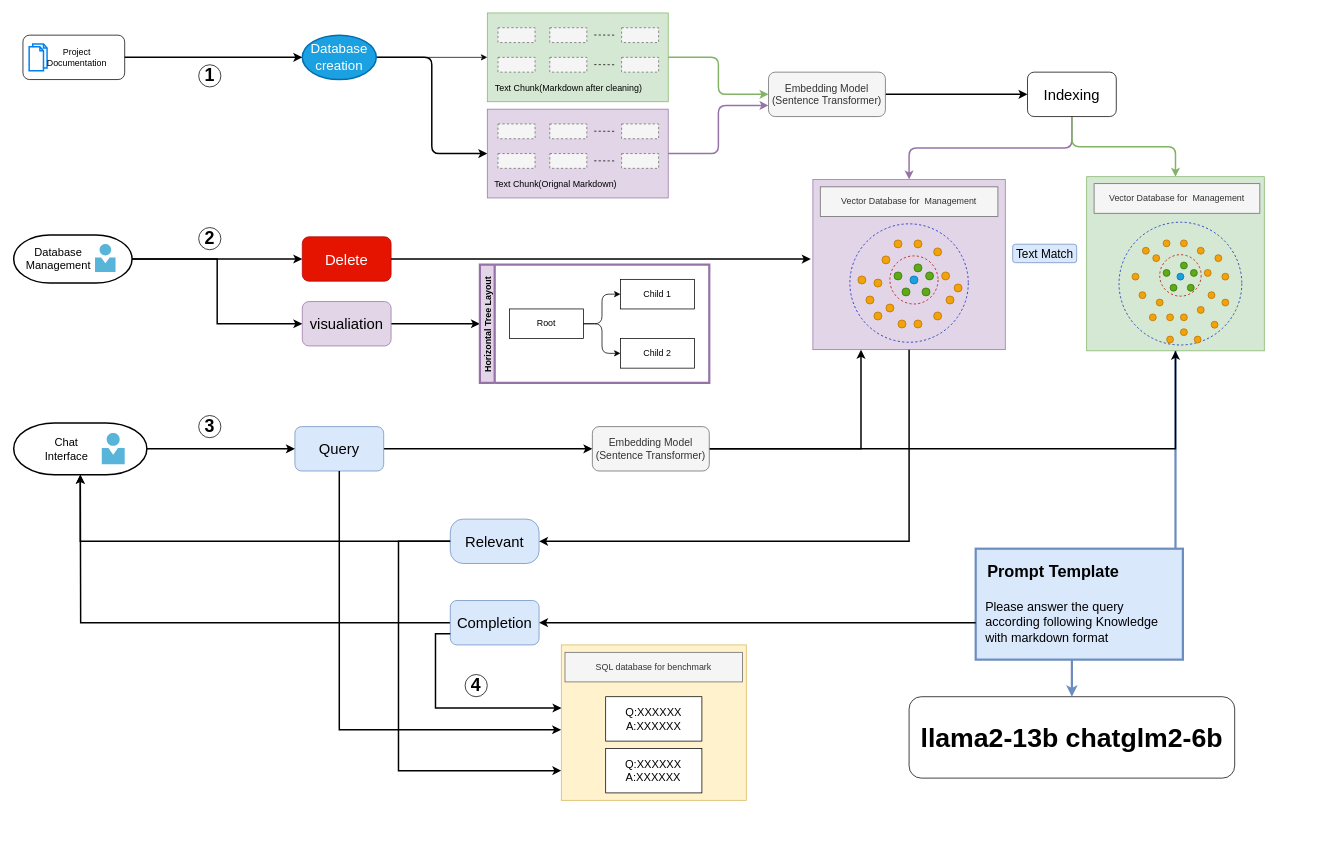
This is chatbot.drawio from PRIDE-Archive/pride-chat-ui, a draw.io file, before an edit. Source tidied: cells renumbered, new cells numbered last; positions are measured from the earlier drawing's top-left corner, leaving out a move shared by most shapes. Both pictures are drawn from the tidied source at 74%, with x=0, y=0 at pixel (13, 13).
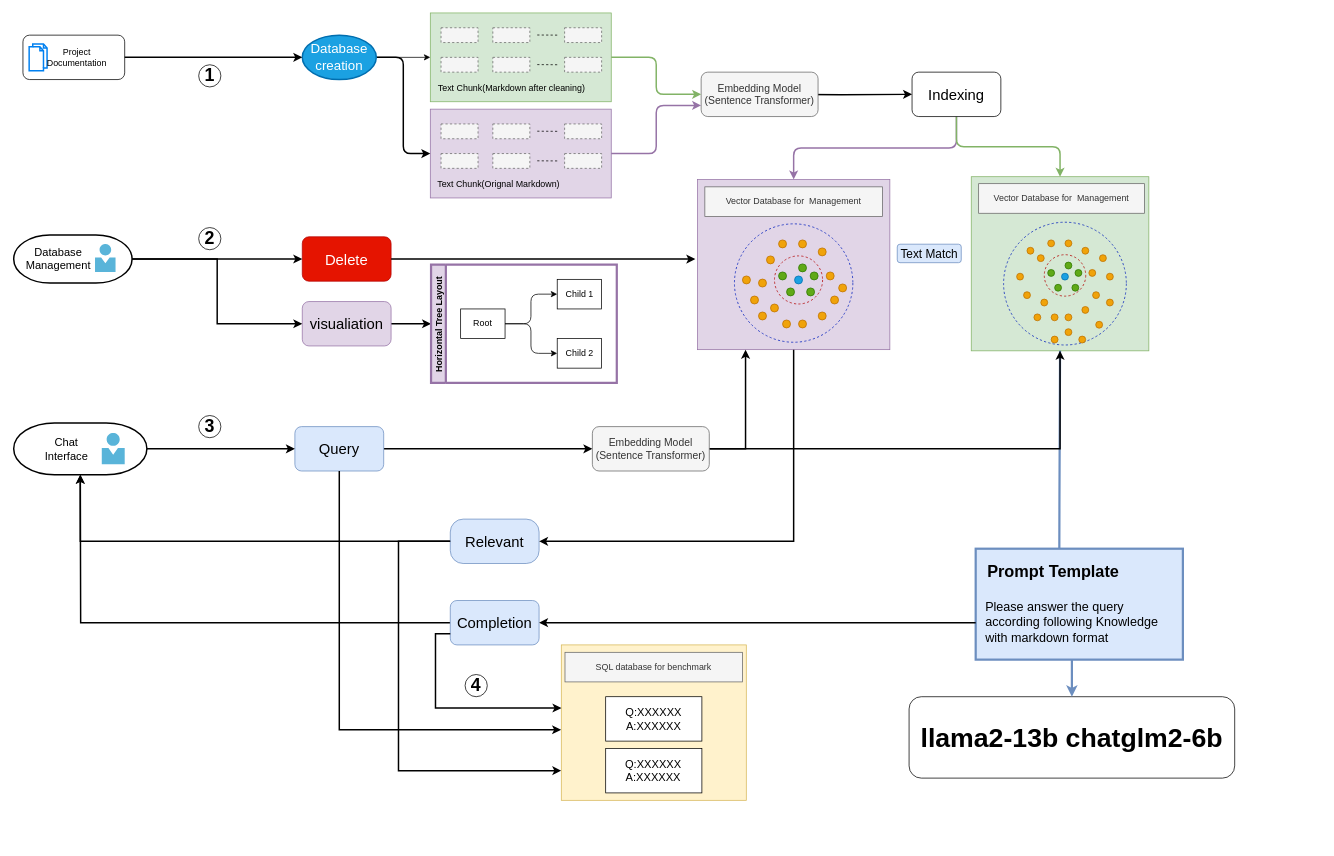
The same diagram, later.

Unchanged cells that the change refers to:
```xml
<mxCell id="29" style="group;" parent="1" vertex="1">
  <mxGeometry x="1450" y="220" width="317.3" height="260" as="geometry" />
</mxCell>
```

Diff of the diagram source:
```diff
@@
     <mxCell id="2" style="group;" parent="1" vertex="1">
-      <mxGeometry x="1070" y="210" width="310" height="260" as="geometry" />
+      <mxGeometry x="979" y="210" width="310" height="260" as="geometry" />
     </mxCell>
     <mxCell id="3" style="rounded=0;whiteSpace=wrap;html=1;fillColor=#e1d5e7;strokeColor=#9673a6;" parent="2" vertex="1">
-      <mxGeometry x="10" y="15" width="260" height="230" as="geometry" />
+      <mxGeometry x="-55" y="15" width="260" height="230" as="geometry" />
     </mxCell>
     <mxCell id="4" value="Vector Database for&amp;nbsp; Management" style="rounded=0;whiteSpace=wrap;html=1;fillColor=#f5f5f5;fontColor=#333333;strokeColor=#666666;" parent="2" vertex="1">
-      <mxGeometry x="20" y="25" width="240" height="40" as="geometry" />
+      <mxGeometry x="-45" y="25" width="240" height="40" as="geometry" />
     </mxCell>
     <mxCell id="5" style="group;" parent="2" vertex="1">
-      <mxGeometry x="60" y="75" width="160" height="160" as="geometry" />
+      <mxGeometry x="-5" y="75" width="160" height="160" as="geometry" />
     </mxCell>
@@
     <mxCell id="30" style="rounded=0;whiteSpace=wrap;html=1;fillColor=#d5e8d4;strokeColor=#82b366;" parent="29" vertex="1">
-      <mxGeometry y="1.3" width="240" height="235.3" as="geometry" />
+      <mxGeometry x="-156" y="1.3" width="240" height="235.3" as="geometry" />
     </mxCell>
     <mxCell id="31" value="Vector Database for&amp;nbsp; Management" style="rounded=0;whiteSpace=wrap;html=1;fillColor=#f5f5f5;fontColor=#333333;strokeColor=#666666;" parent="29" vertex="1">
-      <mxGeometry x="10" y="10.7" width="224" height="40" as="geometry" />
+      <mxGeometry x="-146" y="10.7" width="224" height="40" as="geometry" />
     </mxCell>
     <mxCell id="32" style="ellipse;whiteSpace=wrap;html=1;fillColor=none;dashed=1;fontColor=#ffffff;strokeColor=#001DBC;" parent="29" vertex="1">
-      <mxGeometry x="43.7" y="62.8" width="165.9" height="165.9" as="geometry" />
+      <mxGeometry x="-112.3" y="62.8" width="165.9" height="165.9" as="geometry" />
     </mxCell>
     <mxCell id="33" style="ellipse;whiteSpace=wrap;html=1;fillColor=#f0a30a;fontColor=#000000;strokeColor=#BD7000;perimeterSpacing=0;direction=south;" parent="29" vertex="1">
-      <mxGeometry x="126.7" y="86.7" width="9.3" height="9.3" as="geometry" />
+      <mxGeometry x="-29.3" y="86.7" width="9.3" height="9.3" as="geometry" />
     </mxCell>
     <mxCell id="34" style="ellipse;whiteSpace=wrap;html=1;fillColor=#f0a30a;fontColor=#000000;strokeColor=#BD7000;perimeterSpacing=0;direction=south;" parent="29" vertex="1">
-      <mxGeometry x="164" y="156.7" width="9.3" height="9.3" as="geometry" />
+      <mxGeometry x="8" y="156.7" width="9.3" height="9.3" as="geometry" />
     </mxCell>
     <mxCell id="35" style="ellipse;whiteSpace=wrap;html=1;fillColor=#f0a30a;fontColor=#000000;strokeColor=#BD7000;perimeterSpacing=0;direction=south;" parent="29" vertex="1">
-      <mxGeometry x="89.3" y="106.7" width="9.3" height="9.3" as="geometry" />
+      <mxGeometry x="-66.7" y="106.7" width="9.3" height="9.3" as="geometry" />
     </mxCell>
     <mxCell id="36" style="ellipse;whiteSpace=wrap;html=1;fillColor=#f0a30a;fontColor=#000000;strokeColor=#BD7000;perimeterSpacing=0;direction=south;" parent="29" vertex="1">
-      <mxGeometry x="149.5" y="96.7" width="9.3" height="9.3" as="geometry" />
+      <mxGeometry x="-6.5" y="96.7" width="9.3" height="9.3" as="geometry" />
     </mxCell>
     <mxCell id="37" style="ellipse;whiteSpace=wrap;html=1;fillColor=#f0a30a;fontColor=#000000;strokeColor=#BD7000;perimeterSpacing=0;direction=south;" parent="29" vertex="1">
-      <mxGeometry x="108" y="186.7" width="9.3" height="9.3" as="geometry" />
+      <mxGeometry x="-48" y="186.7" width="9.3" height="9.3" as="geometry" />
     </mxCell>
     <mxCell id="38" style="ellipse;whiteSpace=wrap;html=1;fillColor=#f0a30a;fontColor=#000000;strokeColor=#BD7000;perimeterSpacing=0;direction=south;" parent="29" vertex="1">
-      <mxGeometry x="94" y="166.7" width="9.3" height="9.3" as="geometry" />
+      <mxGeometry x="-62" y="166.7" width="9.3" height="9.3" as="geometry" />
     </mxCell>
     <mxCell id="39" style="ellipse;whiteSpace=wrap;html=1;fillColor=#f0a30a;fontColor=#000000;strokeColor=#BD7000;perimeterSpacing=0;direction=south;" parent="29" vertex="1">
-      <mxGeometry x="149.5" y="176.7" width="9.3" height="9.3" as="geometry" />
+      <mxGeometry x="-6.5" y="176.7" width="9.3" height="9.3" as="geometry" />
     </mxCell>
     <mxCell id="40" style="ellipse;whiteSpace=wrap;html=1;fillColor=#f0a30a;fontColor=#000000;strokeColor=#BD7000;perimeterSpacing=0;direction=south;" parent="29" vertex="1">
-      <mxGeometry x="126.7" y="186.7" width="9.3" height="9.3" as="geometry" />
+      <mxGeometry x="-29.3" y="186.7" width="9.3" height="9.3" as="geometry" />
     </mxCell>
     <mxCell id="41" style="ellipse;whiteSpace=wrap;html=1;fillColor=#f0a30a;fontColor=#000000;strokeColor=#BD7000;perimeterSpacing=0;direction=south;" parent="29" vertex="1">
-      <mxGeometry x="158.9" y="126.7" width="9.3" height="9.3" as="geometry" />
+      <mxGeometry x="2.9" y="126.7" width="9.3" height="9.3" as="geometry" />
     </mxCell>
     <mxCell id="42" style="ellipse;whiteSpace=wrap;html=1;fillColor=#f0a30a;fontColor=#000000;strokeColor=#BD7000;perimeterSpacing=0;direction=south;" parent="29" vertex="1">
-      <mxGeometry x="103.3" y="86.7" width="9.3" height="9.3" as="geometry" />
+      <mxGeometry x="-52.7" y="86.7" width="9.3" height="9.3" as="geometry" />
     </mxCell>
     <mxCell id="43" style="ellipse;whiteSpace=wrap;html=1;fillColor=none;fontColor=#ffffff;strokeColor=#B20000;dashed=1;" parent="29" vertex="1">
-      <mxGeometry x="98.7" y="106.7" width="56" height="56" as="geometry" />
+      <mxGeometry x="-57.3" y="106.7" width="56" height="56" as="geometry" />
     </mxCell>
     <mxCell id="44" style="ellipse;whiteSpace=wrap;html=1;fillColor=#60a917;fontColor=#ffffff;strokeColor=#2D7600;perimeterSpacing=0;direction=south;" parent="29" vertex="1">
-      <mxGeometry x="103.3" y="126.7" width="9.3" height="9.3" as="geometry" />
+      <mxGeometry x="-52.7" y="126.7" width="9.3" height="9.3" as="geometry" />
     </mxCell>
     <mxCell id="45" style="ellipse;whiteSpace=wrap;html=1;fillColor=#60a917;fontColor=#ffffff;strokeColor=#2D7600;perimeterSpacing=0;direction=south;" parent="29" vertex="1">
-      <mxGeometry x="140.2" y="126.7" width="9.3" height="9.3" as="geometry" />
+      <mxGeometry x="-15.8" y="126.7" width="9.3" height="9.3" as="geometry" />
     </mxCell>
     <mxCell id="46" style="ellipse;whiteSpace=wrap;html=1;fillColor=#60a917;fontColor=#ffffff;strokeColor=#2D7600;perimeterSpacing=0;direction=south;" parent="29" vertex="1">
-      <mxGeometry x="136" y="146.7" width="9.3" height="9.3" as="geometry" />
+      <mxGeometry x="-20" y="146.7" width="9.3" height="9.3" as="geometry" />
     </mxCell>
     <mxCell id="47" style="ellipse;whiteSpace=wrap;html=1;fillColor=#60a917;fontColor=#ffffff;strokeColor=#2D7600;perimeterSpacing=0;direction=south;" parent="29" vertex="1">
-      <mxGeometry x="112.7" y="146.7" width="9.3" height="9.3" as="geometry" />
+      <mxGeometry x="-43.3" y="146.7" width="9.3" height="9.3" as="geometry" />
     </mxCell>
     <mxCell id="48" style="ellipse;whiteSpace=wrap;html=1;fillColor=#60a917;fontColor=#ffffff;strokeColor=#2D7600;perimeterSpacing=0;direction=south;" parent="29" vertex="1">
-      <mxGeometry x="126.7" y="116.7" width="9.3" height="9.3" as="geometry" />
+      <mxGeometry x="-29.3" y="116.7" width="9.3" height="9.3" as="geometry" />
     </mxCell>
     <mxCell id="49" style="ellipse;whiteSpace=wrap;html=1;fillColor=#1ba1e2;fontColor=#ffffff;strokeColor=#006EAF;perimeterSpacing=0;direction=south;" parent="29" vertex="1">
-      <mxGeometry x="122" y="131.7" width="9.3" height="9.3" as="geometry" />
+      <mxGeometry x="-34" y="131.7" width="9.3" height="9.3" as="geometry" />
     </mxCell>
     <mxCell id="50" style="ellipse;whiteSpace=wrap;html=1;fillColor=#f0a30a;fontColor=#000000;strokeColor=#BD7000;perimeterSpacing=0;direction=south;" parent="29" vertex="1">
-      <mxGeometry x="61.3" y="131.7" width="9.3" height="9.3" as="geometry" />
+      <mxGeometry x="-94.7" y="131.7" width="9.3" height="9.3" as="geometry" />
     </mxCell>
     <mxCell id="51" style="ellipse;whiteSpace=wrap;html=1;fillColor=#f0a30a;fontColor=#000000;strokeColor=#BD7000;perimeterSpacing=0;direction=south;" parent="29" vertex="1">
-      <mxGeometry x="70.7" y="156.7" width="9.3" height="9.3" as="geometry" />
+      <mxGeometry x="-85.3" y="156.7" width="9.3" height="9.3" as="geometry" />
     </mxCell>
     <mxCell id="52" style="ellipse;whiteSpace=wrap;html=1;fillColor=#f0a30a;fontColor=#000000;strokeColor=#BD7000;perimeterSpacing=0;direction=south;" parent="29" vertex="1">
-      <mxGeometry x="84.7" y="186.7" width="9.3" height="9.3" as="geometry" />
+      <mxGeometry x="-71.3" y="186.7" width="9.3" height="9.3" as="geometry" />
     </mxCell>
     <mxCell id="53" style="ellipse;whiteSpace=wrap;html=1;fillColor=#f0a30a;fontColor=#000000;strokeColor=#BD7000;perimeterSpacing=0;direction=south;" parent="29" vertex="1">
-      <mxGeometry x="145.3" y="216.7" width="9.3" height="9.3" as="geometry" />
+      <mxGeometry x="-10.7" y="216.7" width="9.3" height="9.3" as="geometry" />
     </mxCell>
     <mxCell id="54" style="ellipse;whiteSpace=wrap;html=1;fillColor=#f0a30a;fontColor=#000000;strokeColor=#BD7000;perimeterSpacing=0;direction=south;" parent="29" vertex="1">
-      <mxGeometry x="108" y="216.7" width="9.3" height="9.3" as="geometry" />
+      <mxGeometry x="-48" y="216.7" width="9.3" height="9.3" as="geometry" />
     </mxCell>
     <mxCell id="55" style="ellipse;whiteSpace=wrap;html=1;fillColor=#f0a30a;fontColor=#000000;strokeColor=#BD7000;perimeterSpacing=0;direction=south;" parent="29" vertex="1">
-      <mxGeometry x="126.7" y="206.7" width="9.3" height="9.3" as="geometry" />
+      <mxGeometry x="-29.3" y="206.7" width="9.3" height="9.3" as="geometry" />
     </mxCell>
     <mxCell id="56" style="ellipse;whiteSpace=wrap;html=1;fillColor=#f0a30a;fontColor=#000000;strokeColor=#BD7000;perimeterSpacing=0;direction=south;" parent="29" vertex="1">
-      <mxGeometry x="168.2" y="196.7" width="9.3" height="9.3" as="geometry" />
+      <mxGeometry x="12.2" y="196.7" width="9.3" height="9.3" as="geometry" />
     </mxCell>
     <mxCell id="57" style="ellipse;whiteSpace=wrap;html=1;fillColor=#f0a30a;fontColor=#000000;strokeColor=#BD7000;perimeterSpacing=0;direction=south;" parent="29" vertex="1">
-      <mxGeometry x="182.7" y="131.7" width="9.3" height="9.3" as="geometry" />
+      <mxGeometry x="26.7" y="131.7" width="9.3" height="9.3" as="geometry" />
     </mxCell>
     <mxCell id="58" style="ellipse;whiteSpace=wrap;html=1;fillColor=#f0a30a;fontColor=#000000;strokeColor=#BD7000;perimeterSpacing=0;direction=south;" parent="29" vertex="1">
-      <mxGeometry x="173.3" y="106.7" width="9.3" height="9.3" as="geometry" />
+      <mxGeometry x="17.3" y="106.7" width="9.3" height="9.3" as="geometry" />
     </mxCell>
     <mxCell id="59" style="ellipse;whiteSpace=wrap;html=1;fillColor=#f0a30a;fontColor=#000000;strokeColor=#BD7000;perimeterSpacing=0;direction=south;" parent="29" vertex="1">
-      <mxGeometry x="182.7" y="166.7" width="9.3" height="9.3" as="geometry" />
+      <mxGeometry x="26.7" y="166.7" width="9.3" height="9.3" as="geometry" />
     </mxCell>
     <mxCell id="60" style="ellipse;whiteSpace=wrap;html=1;fillColor=#f0a30a;fontColor=#000000;strokeColor=#BD7000;perimeterSpacing=0;direction=south;" parent="29" vertex="1">
-      <mxGeometry x="75.3" y="96.7" width="9.3" height="9.3" as="geometry" />
+      <mxGeometry x="-80.7" y="96.7" width="9.3" height="9.3" as="geometry" />
     </mxCell>
@@
     <mxCell id="64" value="&lt;font style=&quot;font-size: 20px;&quot;&gt;Indexing&lt;/font&gt;" style="rounded=1;whiteSpace=wrap;html=1;" parent="1" vertex="1">
-      <mxGeometry x="1370" y="80" width="120" height="60" as="geometry" />
+      <mxGeometry x="1214" y="80" width="120" height="60" as="geometry" />
     </mxCell>
-    <mxCell id="65" style="edgeStyle=orthogonalEdgeStyle;rounded=0;jettySize=auto;html=1;exitX=1;exitY=0.5;exitDx=0;exitDy=0;entryX=0;entryY=0.5;entryDx=0;entryDy=0;strokeWidth=2;" parent="1" edge="1" source="66" target="64">
-      <mxGeometry relative="1" as="geometry" />
+    <mxCell id="65" style="edgeStyle=orthogonalEdgeStyle;rounded=0;jettySize=auto;html=1;exitX=1;exitY=0.5;exitDx=0;exitDy=0;entryX=0;entryY=0.5;entryDx=0;entryDy=0;strokeWidth=2;" parent="1" edge="1" target="64">
+      <mxGeometry relative="1" as="geometry">
+        <mxPoint x="1022" y="110" as="sourcePoint" />
+      </mxGeometry>
     </mxCell>
     <mxCell id="66" value="&lt;font style=&quot;font-size: 14px;&quot;&gt;Embedding Model&lt;br&gt;(Sentence Transformer)&lt;br&gt;&lt;/font&gt;" style="rounded=1;whiteSpace=wrap;html=1;fillColor=#f5f5f5;fontColor=#333333;strokeColor=#666666;" parent="1" vertex="1">
-      <mxGeometry x="1020" y="80" width="158" height="60" as="geometry" />
+      <mxGeometry x="929" y="80" width="158" height="60" as="geometry" />
     </mxCell>
     <mxCell id="67" style="group;" parent="1" vertex="1">
-      <mxGeometry x="640" y="90" width="244.5" height="160" as="geometry" />
+      <mxGeometry x="563" y="90" width="244.5" height="160" as="geometry" />
     </mxCell>
@@
     <mxCell id="78" style="group;" parent="1" vertex="1">
-      <mxGeometry x="640" width="244.5" height="120" as="geometry" />
+      <mxGeometry x="563" width="244.5" height="120" as="geometry" />
     </mxCell>
@@
     <mxCell id="111" value="Horizontal Tree Layout" style="swimlane;startSize=20;horizontal=0;horizontalTree=1;containerType=tree;fontSize=12;fillColor=#e1d5e7;strokeColor=#9673a6;strokeWidth=3;" parent="1" vertex="1">
-      <mxGeometry x="630" y="340" width="310" height="160" as="geometry" />
+      <mxGeometry x="564" y="340" width="251" height="160" as="geometry" />
     </mxCell>
     <mxCell id="112" value="Root" style="whiteSpace=wrap;html=1;" parent="111" vertex="1">
-      <mxGeometry x="40" y="60" width="100" height="40" as="geometry" />
+      <mxGeometry x="40" y="60" width="60" height="40" as="geometry" />
     </mxCell>
     <mxCell id="113" value="Child 1" style="whiteSpace=wrap;html=1;" parent="111" vertex="1">
-      <mxGeometry x="190" y="20" width="100" height="40" as="geometry" />
+      <mxGeometry x="170.5" y="20" width="60" height="40" as="geometry" />
     </mxCell>
@@
     <mxCell id="115" value="Child 2" style="whiteSpace=wrap;html=1;" parent="111" vertex="1">
-      <mxGeometry x="190" y="100" width="100" height="40" as="geometry" />
+      <mxGeometry x="170.5" y="100" width="60" height="40" as="geometry" />
     </mxCell>
@@
     <mxCell id="151" value="&lt;font style=&quot;font-size: 16px;&quot;&gt;Text Match&lt;/font&gt;" style="rounded=1;whiteSpace=wrap;html=1;fillColor=#dae8fc;strokeColor=#6c8ebf;" parent="1" vertex="1">
-      <mxGeometry x="1350" y="312.5" width="86.5" height="25" as="geometry" />
+      <mxGeometry x="1194" y="312.5" width="86.5" height="25" as="geometry" />
     </mxCell>
```
